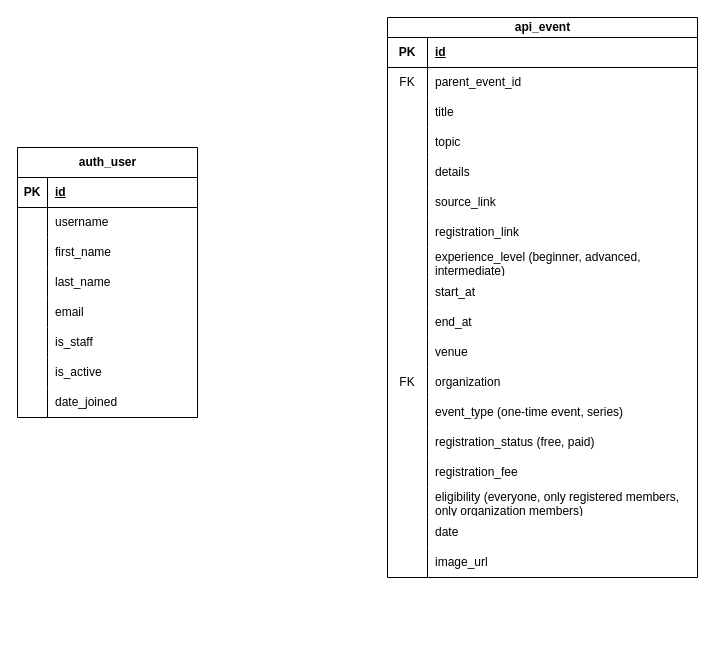
The draw.io diagram page "Registration" (4 of 4) of 2Gether.drawio in RHILIUS/drawio, before the edit. Source tidied: cells renumbered, new cells numbered last; positions are measured from the earlier drawing's top-left corner, leaving out a move shared by most shapes. Both pictures are drawn from the tidied source at 100%, with x=0, y=0 at pixel (17, 17).
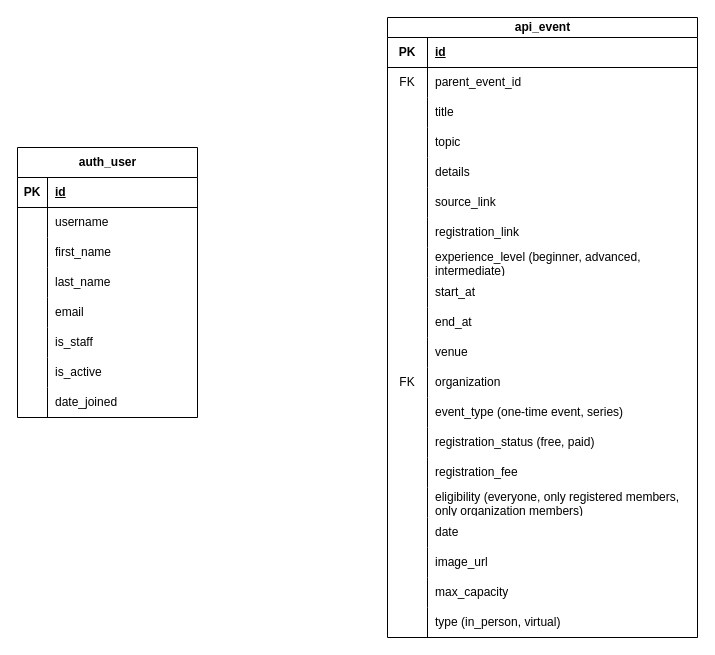
The same diagram, later.

The edit, as a diff of the source:
```diff
@@
     <mxCell id="27" value="api_event" style="shape=table;startSize=20;childLayout=tableLayout;rowLines=0;fontStyle=1;align=center;html=1;" parent="1" vertex="1">
-      <mxGeometry x="370" width="310" height="560" as="geometry" />
+      <mxGeometry x="370" width="310" height="620" as="geometry" />
     </mxCell>
@@
+    <mxCell id="82" style="shape=tableRow;horizontal=0;startSize=0;swimlaneHead=0;swimlaneBody=0;fillColor=none;top=0;left=0;right=0;bottom=0;" parent="27" vertex="1">
+      <mxGeometry y="560" width="310" height="30" as="geometry" />
+    </mxCell>
+    <mxCell id="83" style="shape=partialRectangle;fillColor=none;top=0;left=0;bottom=0;right=0;overflow=hidden;whiteSpace=wrap;html=1;" parent="82" vertex="1">
+      <mxGeometry width="40" height="30" as="geometry" />
+    </mxCell>
+    <mxCell id="84" value="max_capacity" style="shape=partialRectangle;fillColor=none;top=0;left=0;bottom=0;right=0;align=left;spacingLeft=6;overflow=hidden;whiteSpace=wrap;html=1;" parent="82" vertex="1">
+      <mxGeometry x="40" width="270" height="30" as="geometry" />
+    </mxCell>
+    <mxCell id="85" style="shape=tableRow;horizontal=0;startSize=0;swimlaneHead=0;swimlaneBody=0;fillColor=none;top=0;left=0;right=0;bottom=0;" parent="27" vertex="1">
+      <mxGeometry y="590" width="310" height="30" as="geometry" />
+    </mxCell>
+    <mxCell id="86" style="shape=partialRectangle;fillColor=none;top=0;left=0;bottom=0;right=0;overflow=hidden;whiteSpace=wrap;html=1;" parent="85" vertex="1">
+      <mxGeometry width="40" height="30" as="geometry" />
+    </mxCell>
+    <mxCell id="87" value="type (in_person, virtual)" style="shape=partialRectangle;fillColor=none;top=0;left=0;bottom=0;right=0;align=left;spacingLeft=6;overflow=hidden;whiteSpace=wrap;html=1;" parent="85" vertex="1">
+      <mxGeometry x="40" width="270" height="30" as="geometry" />
+    </mxCell>
```
